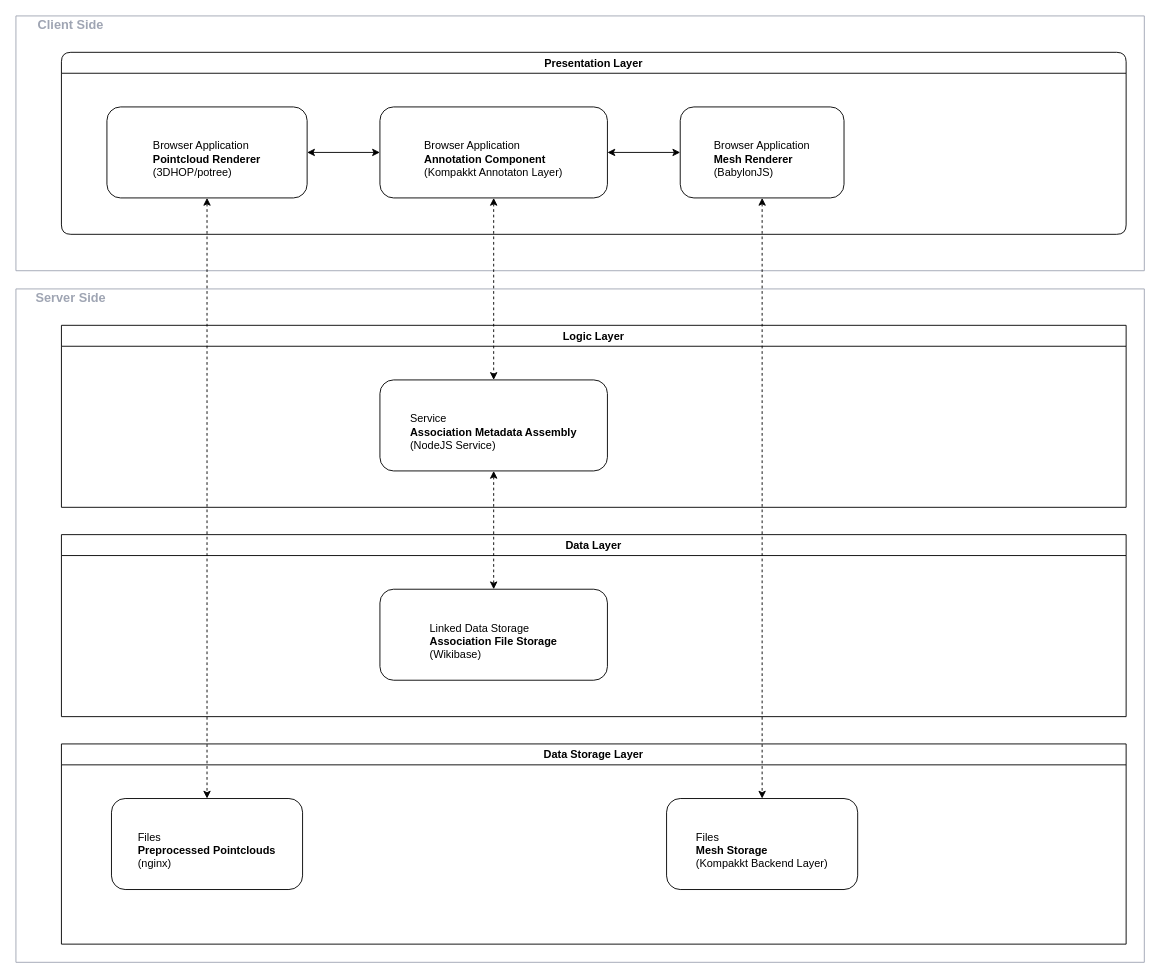
The draw.io diagram diagrams/annotation_system_arch.drawio in richard-vock/M4-diagrams, before the edit. Source tidied: cells renumbered, new cells numbered last; positions are measured from the earlier drawing's top-left corner, leaving out a move shared by most shapes. Both pictures are drawn from the tidied source at 91%, with x=0, y=0 at pixel (15, 15).
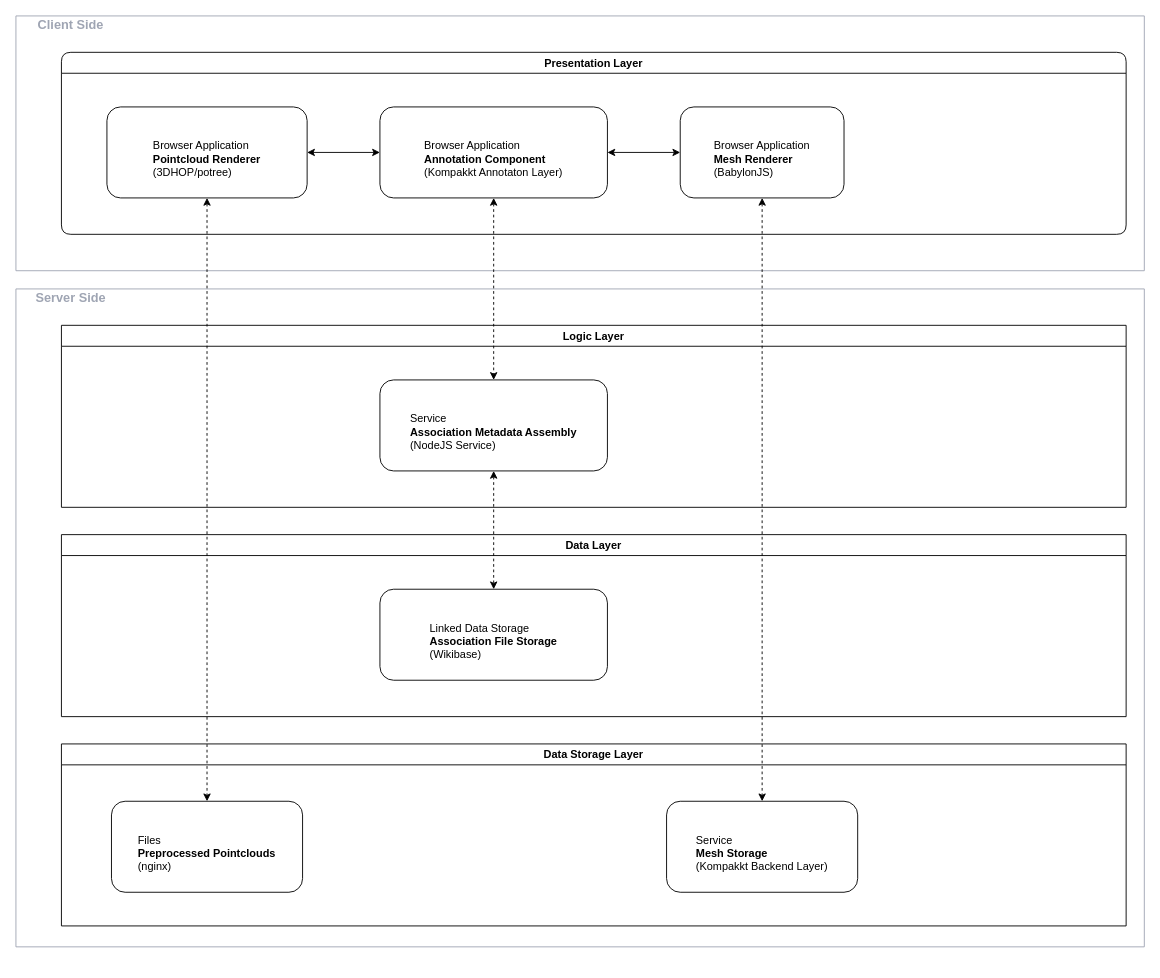
Above is the later version.

The edit, as a diff of the source:
```diff
@@
     <mxCell id="4" style="swimlane;startSize=0;rounded=0;fontColor=#9FA5B3;strokeColor=#9FA5B3;fillColor=none;align=left;" parent="1" vertex="1">
-      <mxGeometry y="300" width="1240" height="740" as="geometry" />
+      <mxGeometry y="300" width="1240" height="723" as="geometry" />
     </mxCell>
@@
     <mxCell id="8" value="Data Storage Layer" style="swimlane;rounded=0;strokeColor=#000000;fillColor=#ffffff;" parent="4" vertex="1">
-      <mxGeometry x="50" y="500" width="1170" height="220" as="geometry" />
+      <mxGeometry x="50" y="500" width="1170" height="200" as="geometry" />
     </mxCell>
     <mxCell id="9" value="&lt;div style=&quot;text-align: left&quot;&gt;&lt;span&gt;&lt;br&gt;&lt;/span&gt;&lt;/div&gt;&lt;div style=&quot;text-align: left&quot;&gt;&lt;span&gt;Files&lt;/span&gt;&lt;/div&gt;&lt;font style=&quot;font-size: 12px&quot;&gt;&lt;div style=&quot;text-align: left&quot;&gt;&lt;b&gt;Preprocessed Pointclouds&lt;/b&gt;&lt;br&gt;&lt;/div&gt;&lt;div style=&quot;text-align: left&quot;&gt;&lt;span&gt;(nginx)&lt;/span&gt;&lt;/div&gt;&lt;/font&gt;" style="rounded=1;whiteSpace=wrap;html=1;strokeColor=#000000;fillColor=#ffffff;" parent="8" vertex="1">
-      <mxGeometry x="55" y="60" width="210" height="100" as="geometry" />
+      <mxGeometry x="55" y="63" width="210" height="100" as="geometry" />
     </mxCell>
-    <mxCell id="10" value="&lt;div style=&quot;text-align: left&quot;&gt;&lt;span&gt;&lt;br&gt;&lt;/span&gt;&lt;/div&gt;&lt;div style=&quot;text-align: left&quot;&gt;&lt;span&gt;Files&lt;/span&gt;&lt;/div&gt;&lt;font style=&quot;font-size: 12px&quot;&gt;&lt;div style=&quot;text-align: left&quot;&gt;&lt;b&gt;Mesh Storage&lt;/b&gt;&lt;br&gt;&lt;/div&gt;&lt;div style=&quot;text-align: left&quot;&gt;&lt;span&gt;(Kompakkt Backend Layer)&lt;/span&gt;&lt;/div&gt;&lt;/font&gt;" style="rounded=1;whiteSpace=wrap;html=1;strokeColor=#000000;fillColor=#ffffff;" parent="8" vertex="1">
-      <mxGeometry x="665" y="60" width="210" height="100" as="geometry" />
+    <mxCell id="10" value="&lt;div style=&quot;text-align: left&quot;&gt;&lt;span&gt;&lt;br&gt;&lt;/span&gt;&lt;/div&gt;&lt;div style=&quot;text-align: left&quot;&gt;&lt;span&gt;Service&lt;/span&gt;&lt;/div&gt;&lt;font style=&quot;font-size: 12px&quot;&gt;&lt;div style=&quot;text-align: left&quot;&gt;&lt;b&gt;Mesh Storage&lt;/b&gt;&lt;br&gt;&lt;/div&gt;&lt;div style=&quot;text-align: left&quot;&gt;&lt;span&gt;(Kompakkt Backend Layer)&lt;/span&gt;&lt;/div&gt;&lt;/font&gt;" style="rounded=1;whiteSpace=wrap;html=1;strokeColor=#000000;fillColor=#ffffff;" parent="8" vertex="1">
+      <mxGeometry x="665" y="63" width="210" height="100" as="geometry" />
     </mxCell>
```
